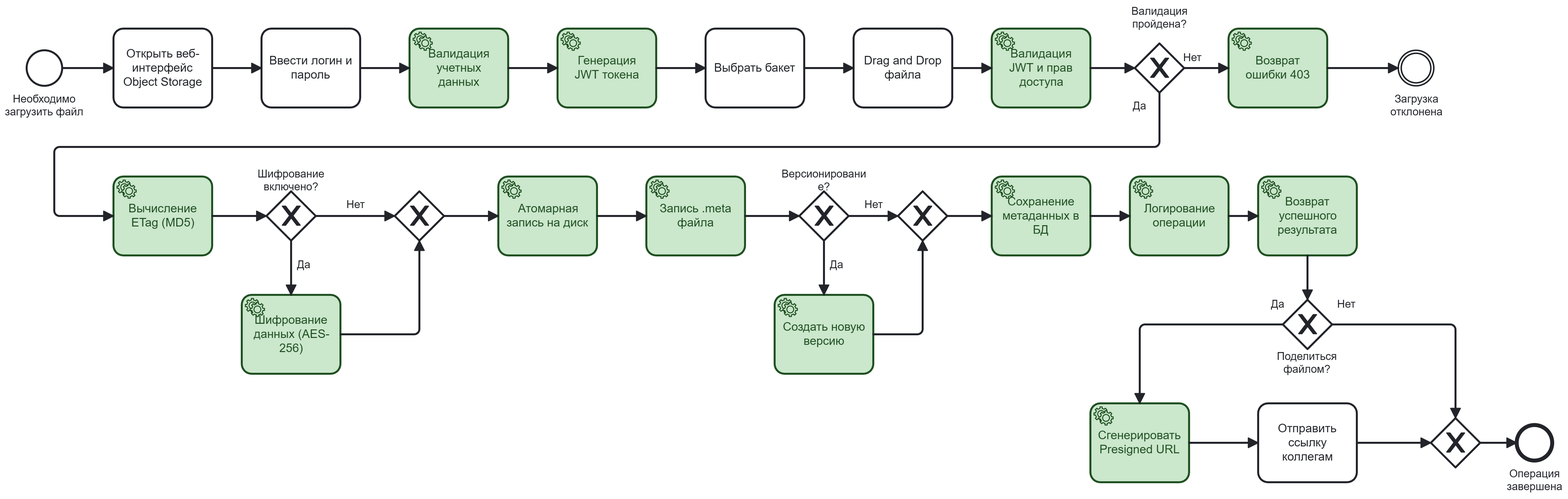
Before: docs/imgs/to-be-object-storage.png, a diagram exported from BPMN (Nice0Man/object-storage). Its source is kept beside it as docs/bpmn/to-be-object-storage.bpmn. Ids are renumbered.
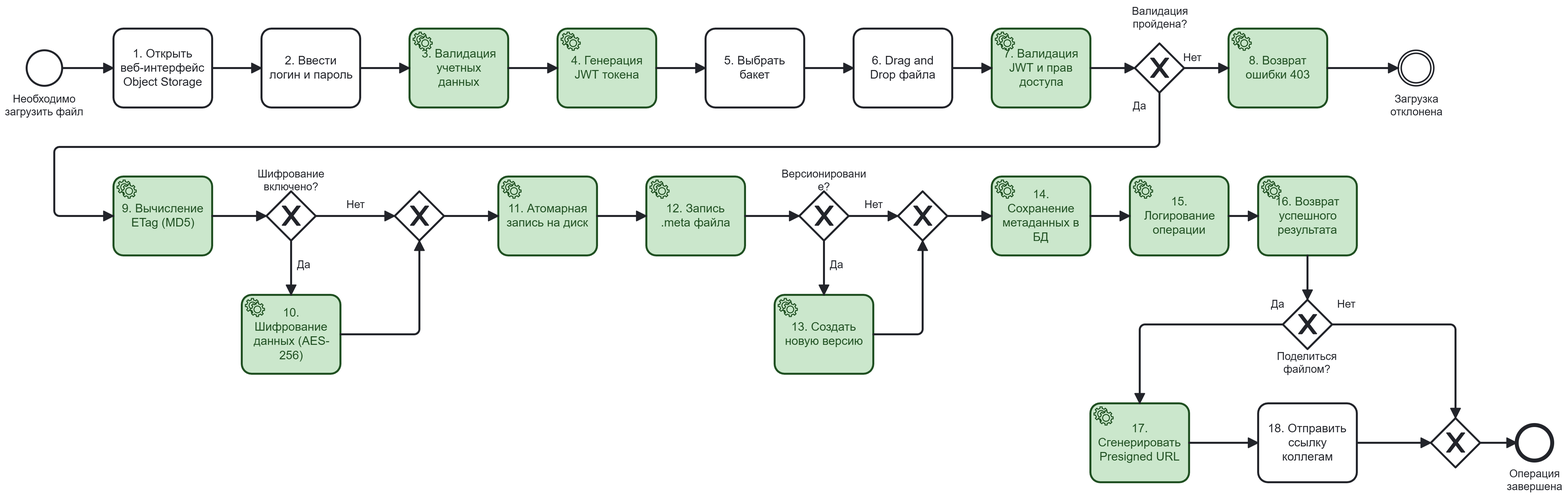
The same file after the commit.

The edit, as a diff of the source:
```diff
@@ -3,31 +3,31 @@
     <bpmn:startEvent id="Event_Start" name="Необходимо загрузить файл">
       <bpmn:outgoing>Flow_1</bpmn:outgoing>
     </bpmn:startEvent>
-    <bpmn:task id="Task_OpenBrowser" name="Открыть веб-интерфейс Object Storage">
+    <bpmn:task id="Task_OpenBrowser" name="1. Открыть веб-интерфейс Object Storage">
       <bpmn:incoming>Flow_1</bpmn:incoming>
       <bpmn:outgoing>Flow_2</bpmn:outgoing>
     </bpmn:task>
-    <bpmn:task id="Task_Login" name="Ввести логин и пароль">
+    <bpmn:task id="Task_Login" name="2. Ввести логин и пароль">
       <bpmn:incoming>Flow_2</bpmn:incoming>
       <bpmn:outgoing>Flow_3</bpmn:outgoing>
     </bpmn:task>
-    <bpmn:serviceTask id="Task_ValidateCredentials" name="Валидация учетных данных">
+    <bpmn:serviceTask id="Task_ValidateCredentials" name="3. Валидация учетных данных">
       <bpmn:incoming>Flow_3</bpmn:incoming>
       <bpmn:outgoing>Flow_4</bpmn:outgoing>
     </bpmn:serviceTask>
-    <bpmn:serviceTask id="Task_GenerateToken" name="Генерация JWT токена">
+    <bpmn:serviceTask id="Task_GenerateToken" name="4. Генерация JWT токена">
       <bpmn:incoming>Flow_4</bpmn:incoming>
       <bpmn:outgoing>Flow_5</bpmn:outgoing>
     </bpmn:serviceTask>
-    <bpmn:task id="Task_SelectBucket" name="Выбрать бакет">
+    <bpmn:task id="Task_SelectBucket" name="5. Выбрать бакет">
       <bpmn:incoming>Flow_5</bpmn:incoming>
       <bpmn:outgoing>Flow_6</bpmn:outgoing>
     </bpmn:task>
-    <bpmn:task id="Task_DragDrop" name="Drag and Drop файла">
+    <bpmn:task id="Task_DragDrop" name="6. Drag and Drop файла">
       <bpmn:incoming>Flow_6</bpmn:incoming>
       <bpmn:outgoing>Flow_7</bpmn:outgoing>
     </bpmn:task>
-    <bpmn:serviceTask id="Task_ValidateRequest" name="Валидация JWT и прав доступа">
+    <bpmn:serviceTask id="Task_ValidateRequest" name="7. Валидация JWT и прав доступа">
       <bpmn:incoming>Flow_7</bpmn:incoming>
       <bpmn:outgoing>Flow_8</bpmn:outgoing>
     </bpmn:serviceTask>
@@ -36,11 +36,11 @@
       <bpmn:outgoing>Flow_9_Yes</bpmn:outgoing>
       <bpmn:outgoing>Flow_9_No</bpmn:outgoing>
     </bpmn:exclusiveGateway>
-    <bpmn:serviceTask id="Task_ReturnError" name="Возврат ошибки 403">
+    <bpmn:serviceTask id="Task_ReturnError" name="8. Возврат ошибки 403">
       <bpmn:incoming>Flow_9_No</bpmn:incoming>
       <bpmn:outgoing>Flow_Error</bpmn:outgoing>
     </bpmn:serviceTask>
-    <bpmn:serviceTask id="Task_CalcEtag" name="Вычисление ETag (MD5)">
+    <bpmn:serviceTask id="Task_CalcEtag" name="9. Вычисление ETag (MD5)">
       <bpmn:incoming>Flow_9_Yes</bpmn:incoming>
       <bpmn:outgoing>Flow_10</bpmn:outgoing>
     </bpmn:serviceTask>
@@ -49,7 +49,7 @@
       <bpmn:outgoing>Flow_11_Yes</bpmn:outgoing>
       <bpmn:outgoing>Flow_11_No</bpmn:outgoing>
     </bpmn:exclusiveGateway>
-    <bpmn:serviceTask id="Task_Encrypt" name="Шифрование данных (AES-256)">
+    <bpmn:serviceTask id="Task_Encrypt" name="10. Шифрование данных (AES-256)">
       <bpmn:incoming>Flow_11_Yes</bpmn:incoming>
       <bpmn:outgoing>Flow_12</bpmn:outgoing>
     </bpmn:serviceTask>
@@ -58,11 +58,11 @@
       <bpmn:incoming>Flow_12</bpmn:incoming>
       <bpmn:outgoing>Flow_13</bpmn:outgoing>
     </bpmn:exclusiveGateway>
-    <bpmn:serviceTask id="Task_SaveToStorage" name="Атомарная запись на диск">
+    <bpmn:serviceTask id="Task_SaveToStorage" name="11. Атомарная запись на диск">
       <bpmn:incoming>Flow_13</bpmn:incoming>
       <bpmn:outgoing>Flow_14</bpmn:outgoing>
     </bpmn:serviceTask>
-    <bpmn:serviceTask id="Task_WriteMetaFile" name="Запись .meta файла">
+    <bpmn:serviceTask id="Task_WriteMetaFile" name="12. Запись .meta файла">
       <bpmn:incoming>Flow_14</bpmn:incoming>
       <bpmn:outgoing>Flow_15</bpmn:outgoing>
     </bpmn:serviceTask>
@@ -71,7 +71,7 @@
       <bpmn:outgoing>Flow_16_Yes</bpmn:outgoing>
       <bpmn:outgoing>Flow_16_No</bpmn:outgoing>
     </bpmn:exclusiveGateway>
-    <bpmn:serviceTask id="Task_CreateVersion" name="Создать новую версию">
+    <bpmn:serviceTask id="Task_CreateVersion" name="13. Создать новую версию">
       <bpmn:incoming>Flow_16_Yes</bpmn:incoming>
       <bpmn:outgoing>Flow_17</bpmn:outgoing>
     </bpmn:serviceTask>
@@ -80,15 +80,15 @@
       <bpmn:incoming>Flow_17</bpmn:incoming>
       <bpmn:outgoing>Flow_18</bpmn:outgoing>
     </bpmn:exclusiveGateway>
-    <bpmn:serviceTask id="Task_SaveMetadata" name="Сохранение метаданных в БД">
+    <bpmn:serviceTask id="Task_SaveMetadata" name="14. Сохранение метаданных в БД">
       <bpmn:incoming>Flow_18</bpmn:incoming>
       <bpmn:outgoing>Flow_19</bpmn:outgoing>
     </bpmn:serviceTask>
-    <bpmn:serviceTask id="Task_LogActivity" name="Логирование операции">
+    <bpmn:serviceTask id="Task_LogActivity" name="15. Логирование операции">
       <bpmn:incoming>Flow_19</bpmn:incoming>
       <bpmn:outgoing>Flow_20</bpmn:outgoing>
     </bpmn:serviceTask>
-    <bpmn:serviceTask id="Task_ReturnResult" name="Возврат успешного результата">
+    <bpmn:serviceTask id="Task_ReturnResult" name="16. Возврат успешного результата">
       <bpmn:incoming>Flow_20</bpmn:incoming>
       <bpmn:outgoing>Flow_21</bpmn:outgoing>
     </bpmn:serviceTask>
@@ -97,11 +97,11 @@
       <bpmn:outgoing>Flow_22_Yes</bpmn:outgoing>
       <bpmn:outgoing>Flow_22_No</bpmn:outgoing>
     </bpmn:exclusiveGateway>
-    <bpmn:serviceTask id="Task_GeneratePresigned" name="Сгенерировать Presigned URL">
+    <bpmn:serviceTask id="Task_GeneratePresigned" name="17. Сгенерировать Presigned URL">
       <bpmn:incoming>Flow_22_Yes</bpmn:incoming>
       <bpmn:outgoing>Flow_23</bpmn:outgoing>
     </bpmn:serviceTask>
-    <bpmn:task id="Task_ShareLink" name="Отправить ссылку коллегам">
+    <bpmn:task id="Task_ShareLink" name="18. Отправить ссылку коллегам">
       <bpmn:incoming>Flow_23</bpmn:incoming>
       <bpmn:outgoing>Flow_24</bpmn:outgoing>
     </bpmn:task>
```
